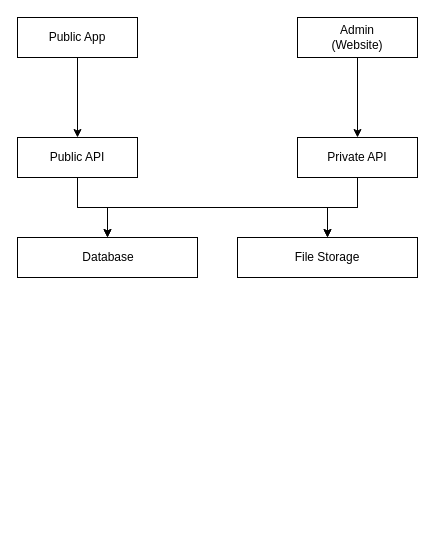
Earlier version of the draw.io diagram arch.drawio (Tracer1337/meme-bros). Source tidied: cells renumbered, new cells numbered last; positions are measured from the earlier drawing's top-left corner, leaving out a move shared by most shapes. Both pictures are drawn from the tidied source at 100%, with x=0, y=0 at pixel (17, 17).
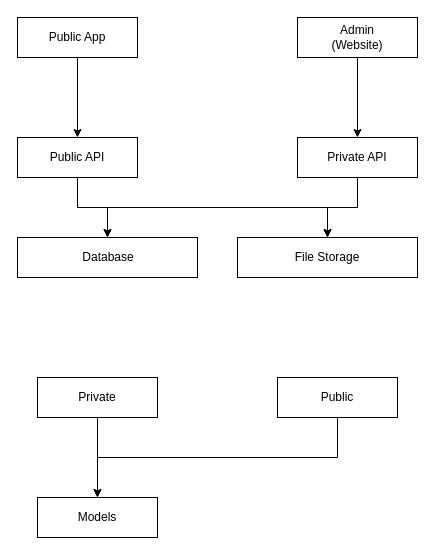
After the change.

Diff of the diagram source:
```diff
@@
+    <mxCell id="26" style="group;" parent="1" vertex="1">
+      <mxGeometry x="20" y="480" width="120" height="40" as="geometry" />
+    </mxCell>
+    <mxCell id="27" style="rounded=0;whiteSpace=wrap;html=1;" parent="26" vertex="1">
+      <mxGeometry width="120" height="40" as="geometry" />
+    </mxCell>
+    <mxCell id="28" value="Models" style="text;html=1;strokeColor=none;fillColor=none;align=center;verticalAlign=middle;whiteSpace=wrap;rounded=0;" parent="26" vertex="1">
+      <mxGeometry x="30" y="5" width="60" height="30" as="geometry" />
+    </mxCell>
+    <mxCell id="29" style="group;" parent="1" vertex="1">
+      <mxGeometry x="20" y="360" width="120" height="40" as="geometry" />
+    </mxCell>
+    <mxCell id="30" style="rounded=0;whiteSpace=wrap;html=1;" parent="29" vertex="1">
+      <mxGeometry width="120" height="40" as="geometry" />
+    </mxCell>
+    <mxCell id="31" value="Private" style="text;html=1;strokeColor=none;fillColor=none;align=center;verticalAlign=middle;whiteSpace=wrap;rounded=0;" parent="29" vertex="1">
+      <mxGeometry x="30" y="5" width="60" height="30" as="geometry" />
+    </mxCell>
+    <mxCell id="32" style="group;" parent="1" vertex="1">
+      <mxGeometry x="260" y="360" width="120" height="40" as="geometry" />
+    </mxCell>
+    <mxCell id="33" style="rounded=0;whiteSpace=wrap;html=1;" parent="32" vertex="1">
+      <mxGeometry width="120" height="40" as="geometry" />
+    </mxCell>
+    <mxCell id="34" value="Public" style="text;html=1;strokeColor=none;fillColor=none;align=center;verticalAlign=middle;whiteSpace=wrap;rounded=0;" parent="32" vertex="1">
+      <mxGeometry x="30" y="5" width="60" height="30" as="geometry" />
+    </mxCell>
+    <mxCell id="35" style="edgeStyle=orthogonalEdgeStyle;rounded=0;jettySize=auto;html=1;exitX=0.5;exitY=1;exitDx=0;exitDy=0;entryX=0.5;entryY=0;entryDx=0;entryDy=0;" parent="1" edge="1" source="30" target="27">
+      <mxGeometry relative="1" as="geometry" />
+    </mxCell>
+    <mxCell id="36" style="edgeStyle=orthogonalEdgeStyle;rounded=0;jettySize=auto;html=1;exitX=0.5;exitY=1;exitDx=0;exitDy=0;entryX=0.5;entryY=0;entryDx=0;entryDy=0;" parent="1" edge="1" source="33" target="27">
+      <mxGeometry relative="1" as="geometry" />
+    </mxCell>
```
